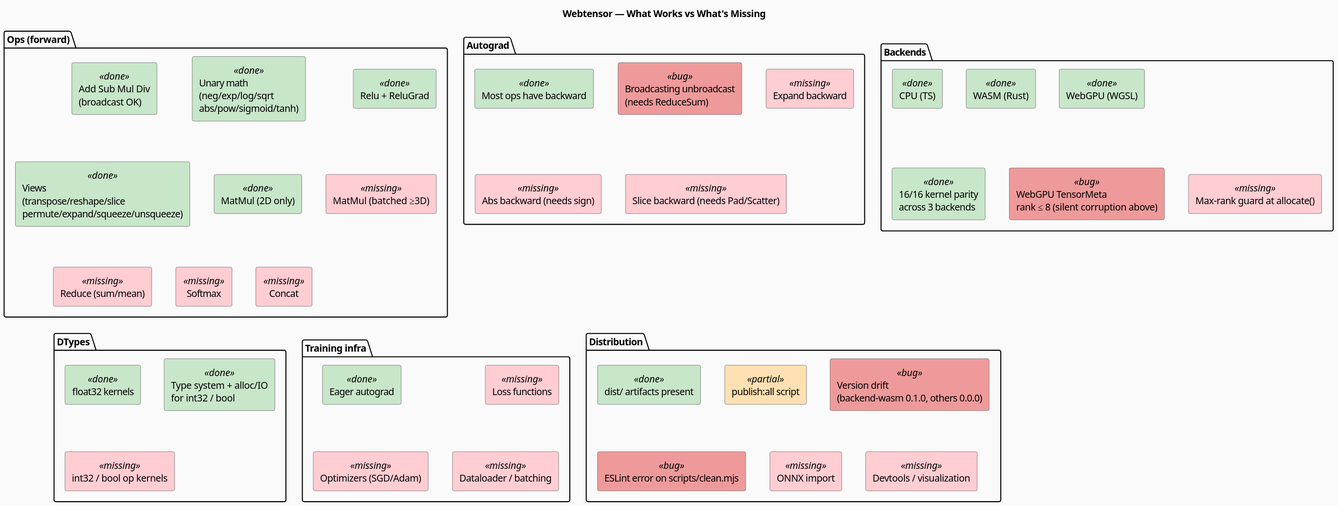
This is docs/public/diagrams/gap-map.svg from hongjiaherng/webtensor, a PlantUML export, as it was before one commit. Source of this version:
```plantuml
@startuml
title Webtensor — What Works vs What's Missing

skinparam backgroundColor #FAFAFA
skinparam shadowing false
skinparam DefaultFontName "Segoe UI"
skinparam rectangle {
  BackgroundColor<<done>> #C8E6C9
  BackgroundColor<<partial>> #FFE0B2
  BackgroundColor<<missing>> #FFCDD2
  BackgroundColor<<bug>> #EF9A9A
  BorderColor #555
}

package "Ops (forward)" {
  rectangle "Add Sub Mul Div\n(broadcast OK)" <<done>>
  rectangle "Unary math\n(neg/exp/log/sqrt\nabs/pow/sigmoid/tanh)" <<done>>
  rectangle "Relu + ReluGrad" <<done>>
  rectangle "Views\n(transpose/reshape/slice\npermute/expand/squeeze/unsqueeze)" <<done>>
  rectangle "MatMul (2D only)" <<done>>
  rectangle "MatMul (batched ≥3D)" <<missing>>
  rectangle "Reduce (sum/mean)" <<missing>>
  rectangle "Softmax" <<missing>>
  rectangle "Concat" <<missing>>
}

package "Autograd" {
  rectangle "Most ops have backward" <<done>>
  rectangle "Broadcasting unbroadcast\n(needs ReduceSum)" <<bug>>
  rectangle "Expand backward" <<missing>>
  rectangle "Abs backward (needs sign)" <<missing>>
  rectangle "Slice backward (needs Pad/Scatter)" <<missing>>
}

package "Backends" {
  rectangle "CPU (TS)" <<done>>
  rectangle "WASM (Rust)" <<done>>
  rectangle "WebGPU (WGSL)" <<done>>
  rectangle "16/16 kernel parity\nacross 3 backends" <<done>>
  rectangle "WebGPU TensorMeta\nrank ≤ 8 (silent corruption above)" <<bug>>
  rectangle "Max-rank guard at allocate()" <<missing>>
}

package "DTypes" {
  rectangle "float32 kernels" <<done>>
  rectangle "Type system + alloc/IO\nfor int32 / bool" <<done>>
  rectangle "int32 / bool op kernels" <<missing>>
}

package "Training infra" {
  rectangle "Eager autograd" <<done>>
  rectangle "Loss functions" <<missing>>
  rectangle "Optimizers (SGD/Adam)" <<missing>>
  rectangle "Dataloader / batching" <<missing>>
}

package "Distribution" {
  rectangle "dist/ artifacts present" <<done>>
  rectangle "publish:all script" <<partial>>
  rectangle "Version drift\n(backend-wasm 0.1.0, others 0.0.0)" <<bug>>
  rectangle "ESLint error on scripts/clean.mjs" <<bug>>
  rectangle "ONNX import" <<missing>>
  rectangle "Devtools / visualization" <<missing>>
}
@enduml
```
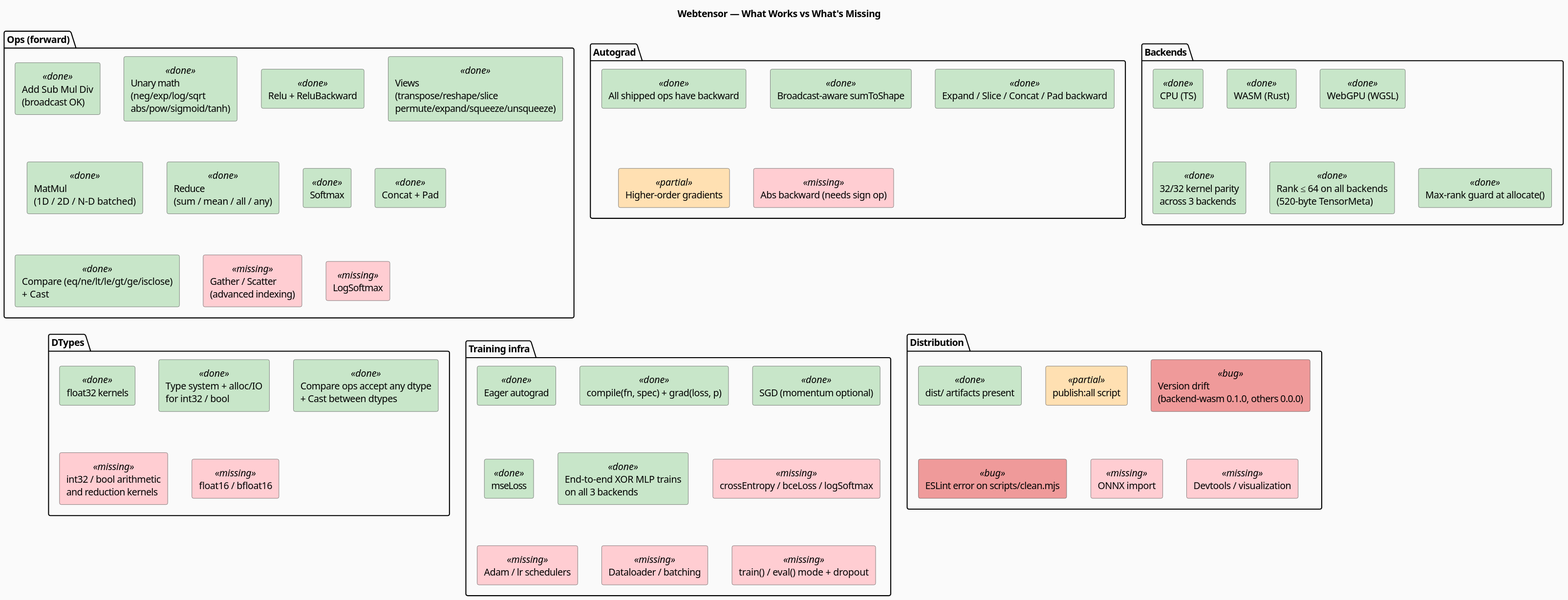
Later version of the same file.

Diff of the diagram source:
```diff
@@ -15,43 +15,52 @@
 package "Ops (forward)" {
   rectangle "Add Sub Mul Div\n(broadcast OK)" <<done>>
   rectangle "Unary math\n(neg/exp/log/sqrt\nabs/pow/sigmoid/tanh)" <<done>>
-  rectangle "Relu + ReluGrad" <<done>>
+  rectangle "Relu + ReluBackward" <<done>>
   rectangle "Views\n(transpose/reshape/slice\npermute/expand/squeeze/unsqueeze)" <<done>>
-  rectangle "MatMul (2D only)" <<done>>
-  rectangle "MatMul (batched ≥3D)" <<missing>>
-  rectangle "Reduce (sum/mean)" <<missing>>
-  rectangle "Softmax" <<missing>>
-  rectangle "Concat" <<missing>>
+  rectangle "MatMul\n(1D / 2D / N-D batched)" <<done>>
+  rectangle "Reduce\n(sum / mean / all / any)" <<done>>
+  rectangle "Softmax" <<done>>
+  rectangle "Concat + Pad" <<done>>
+  rectangle "Compare (eq/ne/lt/le/gt/ge/isclose)\n+ Cast" <<done>>
+  rectangle "Gather / Scatter\n(advanced indexing)" <<missing>>
+  rectangle "LogSoftmax" <<missing>>
 }
 
 package "Autograd" {
-  rectangle "Most ops have backward" <<done>>
-  rectangle "Broadcasting unbroadcast\n(needs ReduceSum)" <<bug>>
-  rectangle "Expand backward" <<missing>>
-  rectangle "Abs backward (needs sign)" <<missing>>
-  rectangle "Slice backward (needs Pad/Scatter)" <<missing>>
+  rectangle "All shipped ops have backward" <<done>>
+  rectangle "Broadcast-aware sumToShape" <<done>>
+  rectangle "Expand / Slice / Concat / Pad backward" <<done>>
+  rectangle "Higher-order gradients" <<partial>>
+  rectangle "Abs backward (needs sign op)" <<missing>>
 }
 
 package "Backends" {
   rectangle "CPU (TS)" <<done>>
   rectangle "WASM (Rust)" <<done>>
   rectangle "WebGPU (WGSL)" <<done>>
-  rectangle "16/16 kernel parity\nacross 3 backends" <<done>>
-  rectangle "WebGPU TensorMeta\nrank ≤ 8 (silent corruption above)" <<bug>>
-  rectangle "Max-rank guard at allocate()" <<missing>>
+  rectangle "32/32 kernel parity\nacross 3 backends" <<done>>
+  rectangle "Rank ≤ 64 on all backends\n(520-byte TensorMeta)" <<done>>
+  rectangle "Max-rank guard at allocate()" <<done>>
 }
 
 package "DTypes" {
   rectangle "float32 kernels" <<done>>
   rectangle "Type system + alloc/IO\nfor int32 / bool" <<done>>
-  rectangle "int32 / bool op kernels" <<missing>>
+  rectangle "Compare ops accept any dtype\n+ Cast between dtypes" <<done>>
+  rectangle "int32 / bool arithmetic\nand reduction kernels" <<missing>>
+  rectangle "float16 / bfloat16" <<missing>>
 }
 
 package "Training infra" {
   rectangle "Eager autograd" <<done>>
-  rectangle "Loss functions" <<missing>>
-  rectangle "Optimizers (SGD/Adam)" <<missing>>
+  rectangle "compile(fn, spec) + grad(loss, p)" <<done>>
+  rectangle "SGD (momentum optional)" <<done>>
+  rectangle "mseLoss" <<done>>
+  rectangle "End-to-end XOR MLP trains\non all 3 backends" <<done>>
+  rectangle "crossEntropy / bceLoss / logSoftmax" <<missing>>
+  rectangle "Adam / lr schedulers" <<missing>>
   rectangle "Dataloader / batching" <<missing>>
+  rectangle "train() / eval() mode + dropout" <<missing>>
 }
 
 package "Distribution" {
```
